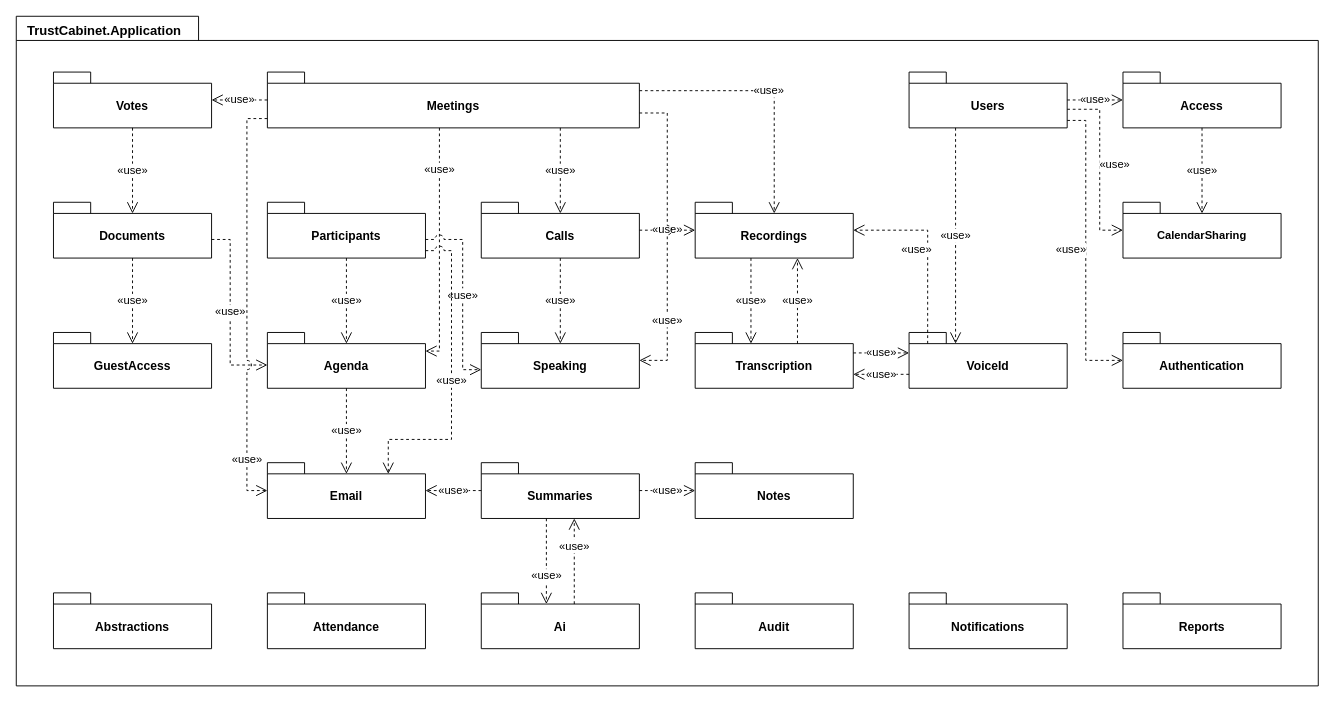
Above: docs/15-package-diagram/package-application.drawio in callmehai/FU-FA26-G116 (draw.io), before the change. Source tidied: cells renumbered, new cells numbered last; positions are measured from the earlier drawing's top-left corner, leaving out a move shared by most shapes. Both pictures are drawn from the tidied source at 93%, with x=0, y=0 at pixel (16, 16).
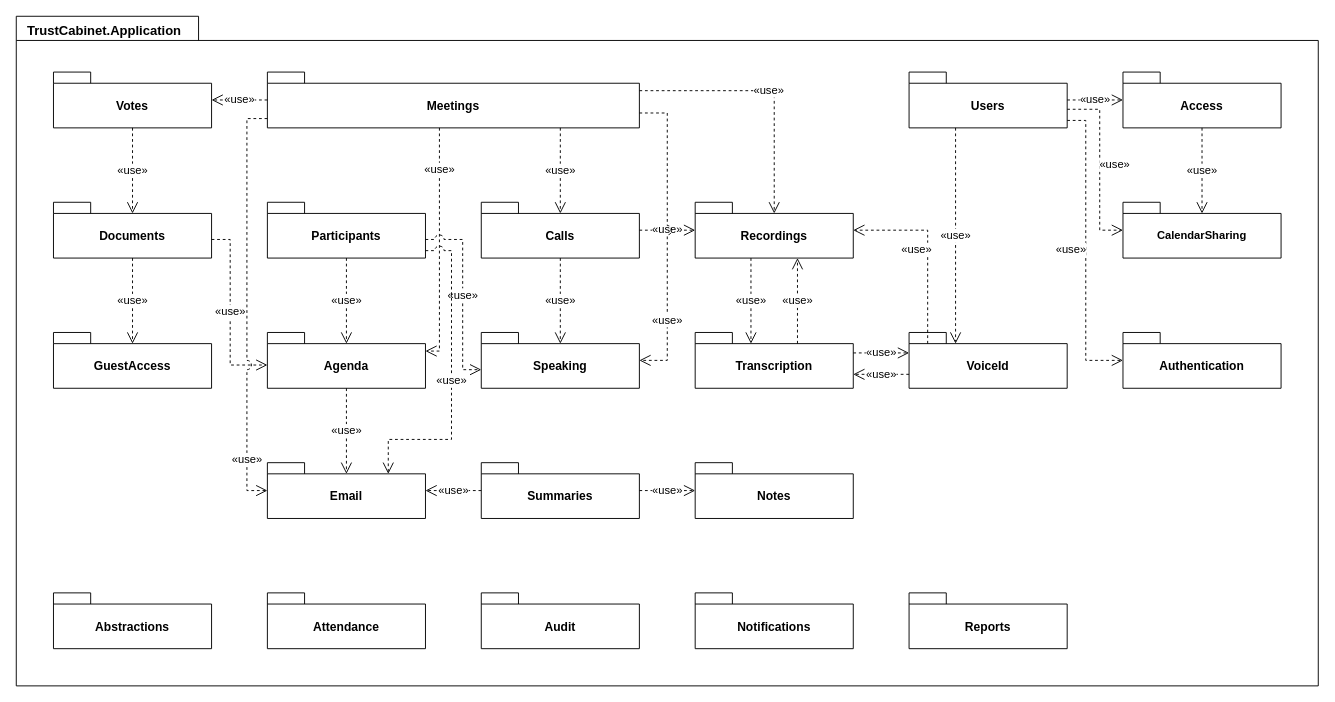
Above is the later version.

Unchanged cells that the change refers to:
```xml
<mxCell id="2" value="TrustCabinet.Application" style="shape=folder;tabWidth=196;tabHeight=26;tabPosition=left;verticalAlign=top;align=left;spacingLeft=10;spacingTop=1;fontStyle=1;fontSize=14;html=1;whiteSpace=wrap;fillColor=#ffffff;strokeColor=#000000;fontColor=#000000;fontFamily=Helvetica;" parent="1" vertex="1">
  <mxGeometry width="1400" height="720" as="geometry" />
</mxCell>
<mxCell id="19" value="Summaries" style="shape=folder;tabWidth=40;tabHeight=12;tabPosition=left;verticalAlign=middle;align=center;spacingTop=12;fontStyle=1;fontSize=13;html=1;whiteSpace=wrap;fillColor=#ffffff;strokeColor=#000000;fontColor=#000000;fontFamily=Helvetica;" parent="2" vertex="1">
  <mxGeometry x="500" y="480" width="170" height="60" as="geometry" />
</mxCell>
```

Diff of the diagram source:
```diff
@@
-    <mxCell id="23" value="Ai" style="shape=folder;tabWidth=40;tabHeight=12;tabPosition=left;verticalAlign=middle;align=center;spacingTop=12;fontStyle=1;fontSize=13;html=1;whiteSpace=wrap;fillColor=#ffffff;strokeColor=#000000;fontColor=#000000;fontFamily=Helvetica;" parent="2" vertex="1">
-      <mxGeometry x="500" y="620" width="170" height="60" as="geometry" />
-    </mxCell>
     <mxCell id="24" value="Audit" style="shape=folder;tabWidth=40;tabHeight=12;tabPosition=left;verticalAlign=middle;align=center;spacingTop=12;fontStyle=1;fontSize=13;html=1;whiteSpace=wrap;fillColor=#ffffff;strokeColor=#000000;fontColor=#000000;fontFamily=Helvetica;" parent="2" vertex="1">
-      <mxGeometry x="730" y="620" width="170" height="60" as="geometry" />
+      <mxGeometry x="500" y="620" width="170" height="60" as="geometry" />
     </mxCell>
     <mxCell id="25" value="Notifications" style="shape=folder;tabWidth=40;tabHeight=12;tabPosition=left;verticalAlign=middle;align=center;spacingTop=12;fontStyle=1;fontSize=13;html=1;whiteSpace=wrap;fillColor=#ffffff;strokeColor=#000000;fontColor=#000000;fontFamily=Helvetica;" parent="2" vertex="1">
-      <mxGeometry x="960" y="620" width="170" height="60" as="geometry" />
+      <mxGeometry x="730" y="620" width="170" height="60" as="geometry" />
     </mxCell>
     <mxCell id="26" value="Reports" style="shape=folder;tabWidth=40;tabHeight=12;tabPosition=left;verticalAlign=middle;align=center;spacingTop=12;fontStyle=1;fontSize=13;html=1;whiteSpace=wrap;fillColor=#ffffff;strokeColor=#000000;fontColor=#000000;fontFamily=Helvetica;" parent="2" vertex="1">
-      <mxGeometry x="1190" y="620" width="170" height="60" as="geometry" />
+      <mxGeometry x="960" y="620" width="170" height="60" as="geometry" />
     </mxCell>
@@
-    <mxCell id="54" value="«use»" style="endArrow=open;endFill=0;endSize=10;dashed=1;rounded=0;jumpStyle=arc;jumpSize=10;html=1;strokeColor=#000000;fontColor=#000000;fontFamily=Helvetica;fontSize=12;labelBackgroundColor=#ffffff;exitX=0.4118;exitY=1;exitDx=0;exitDy=0;exitPerimeter=0;entryX=0.4118;entryY=0.2;entryDx=0;entryDy=0;entryPerimeter=0;" parent="1" edge="1" source="19" target="23">
-      <mxGeometry x="0.35" relative="1" as="geometry" />
-    </mxCell>
-    <mxCell id="55" value="«use»" style="endArrow=open;endFill=0;endSize=10;dashed=1;rounded=0;jumpStyle=arc;jumpSize=10;html=1;strokeColor=#000000;fontColor=#000000;fontFamily=Helvetica;fontSize=12;labelBackgroundColor=#ffffff;exitX=0.5882;exitY=0.2;exitDx=0;exitDy=0;exitPerimeter=0;entryX=0.5882;entryY=1;entryDx=0;entryDy=0;entryPerimeter=0;" parent="1" edge="1" source="23" target="19">
-      <mxGeometry x="0.35" relative="1" as="geometry" />
-    </mxCell>
```
